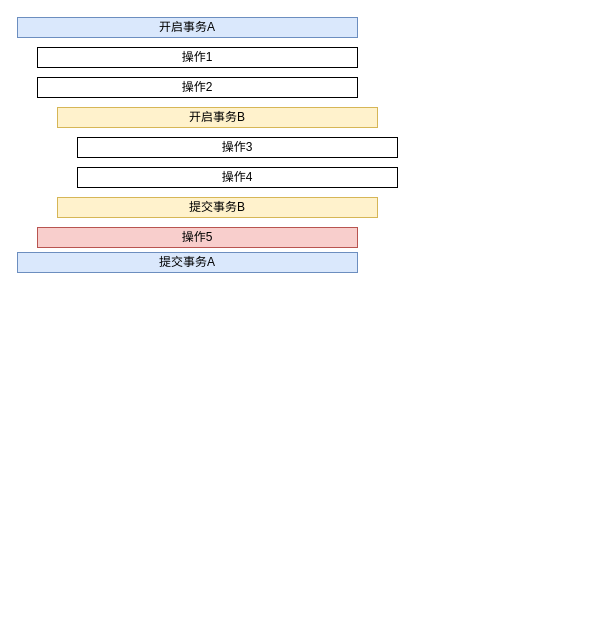
This is assets/uml/Untitled Diagram.drawio from vic-caopengfei/vic-caopengfei.github.io, a draw.io file, before an edit. Source tidied: cells renumbered, new cells numbered last; positions are measured from the earlier drawing's top-left corner, leaving out a move shared by most shapes. Both pictures are drawn from the tidied source at 100%, with x=0, y=0 at pixel (17, 17).
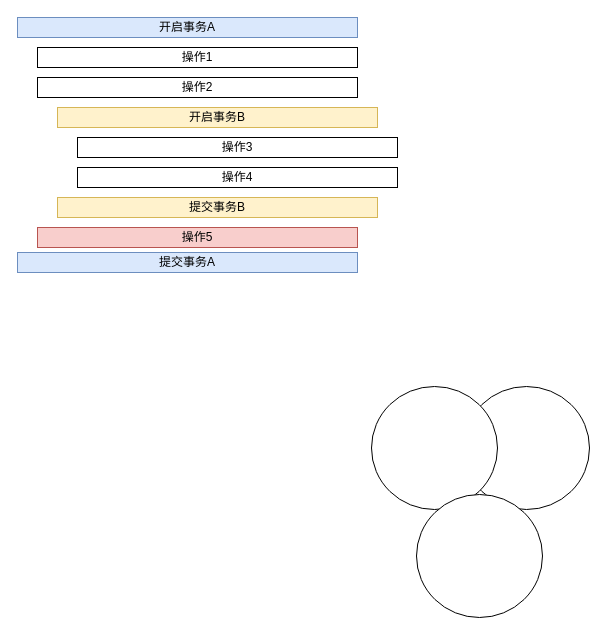
The same page after the edit.

Commit message:
trasaction_abs

Diff of the diagram source:
```diff
@@
 <mxGraphModel>
   <root>
     <mxCell id="0" />
     <mxCell id="1" parent="0" />
     <mxCell id="2" value="开启事务A" style="rounded=0;whiteSpace=wrap;html=1;fillColor=#dae8fc;strokeColor=#6c8ebf;" parent="1" vertex="1">
       <mxGeometry width="340" height="20" as="geometry" />
     </mxCell>
     <mxCell id="3" value="操作1" style="rounded=0;whiteSpace=wrap;html=1;" parent="1" vertex="1">
       <mxGeometry x="20" y="30" width="320" height="20" as="geometry" />
     </mxCell>
     <mxCell id="4" value="操作2" style="rounded=0;whiteSpace=wrap;html=1;" parent="1" vertex="1">
       <mxGeometry x="20" y="60" width="320" height="20" as="geometry" />
     </mxCell>
     <mxCell id="5" value="开启事务B" style="rounded=0;whiteSpace=wrap;html=1;fillColor=#fff2cc;strokeColor=#d6b656;" parent="1" vertex="1">
       <mxGeometry x="40" y="90" width="320" height="20" as="geometry" />
     </mxCell>
     <mxCell id="6" value="操作3" style="rounded=0;whiteSpace=wrap;html=1;" parent="1" vertex="1">
       <mxGeometry x="60" y="120" width="320" height="20" as="geometry" />
     </mxCell>
     <mxCell id="7" value="操作4" style="rounded=0;whiteSpace=wrap;html=1;" parent="1" vertex="1">
       <mxGeometry x="60" y="150" width="320" height="20" as="geometry" />
     </mxCell>
     <mxCell id="8" value="提交事务B" style="rounded=0;whiteSpace=wrap;html=1;fillColor=#fff2cc;strokeColor=#d6b656;" parent="1" vertex="1">
       <mxGeometry x="40" y="180" width="320" height="20" as="geometry" />
     </mxCell>
     <mxCell id="9" value="提交事务A" style="rounded=0;whiteSpace=wrap;html=1;fillColor=#dae8fc;strokeColor=#6c8ebf;" parent="1" vertex="1">
       <mxGeometry y="235" width="340" height="20" as="geometry" />
     </mxCell>
     <mxCell id="10" value="操作5" style="rounded=0;whiteSpace=wrap;html=1;fillColor=#f8cecc;strokeColor=#b85450;" parent="1" vertex="1">
       <mxGeometry x="20" y="210" width="320" height="20" as="geometry" />
     </mxCell>
+    <mxCell id="11" style="ellipse;whiteSpace=wrap;html=1;" parent="1" vertex="1">
+      <mxGeometry x="446" y="369" width="126" height="123" as="geometry" />
+    </mxCell>
+    <mxCell id="12" style="ellipse;whiteSpace=wrap;html=1;" parent="1" vertex="1">
+      <mxGeometry x="354" y="369" width="126" height="123" as="geometry" />
+    </mxCell>
+    <mxCell id="13" style="ellipse;whiteSpace=wrap;html=1;" parent="1" vertex="1">
+      <mxGeometry x="399" y="477" width="126" height="123" as="geometry" />
+    </mxCell>
   </root>
 </mxGraphModel>
```
